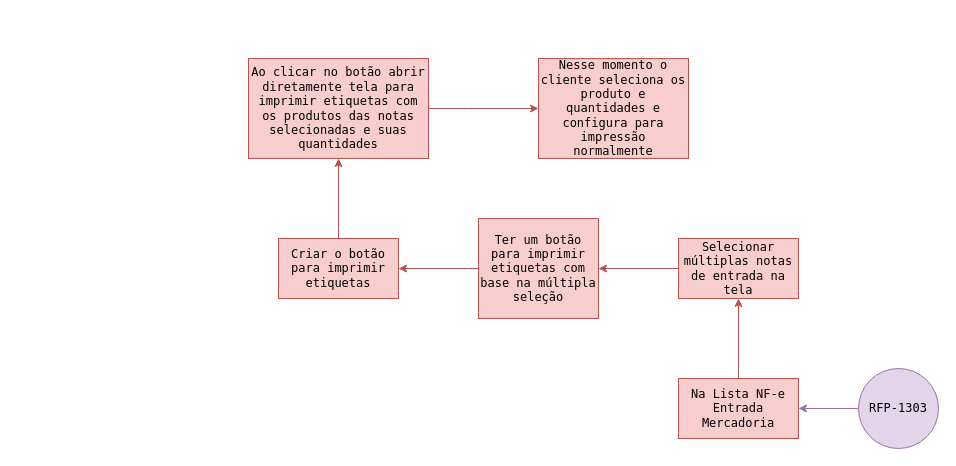
Above: work/rca/RFP-1303-MindMap.drawio in JoaoDiasDev/mind-maps (draw.io), before the change. Source tidied: cells renumbered, new cells numbered last; positions are measured from the earlier drawing's top-left corner, leaving out a move shared by most shapes. Both pictures are drawn from the tidied source at 100%, with x=0, y=0 at pixel (248, 58).
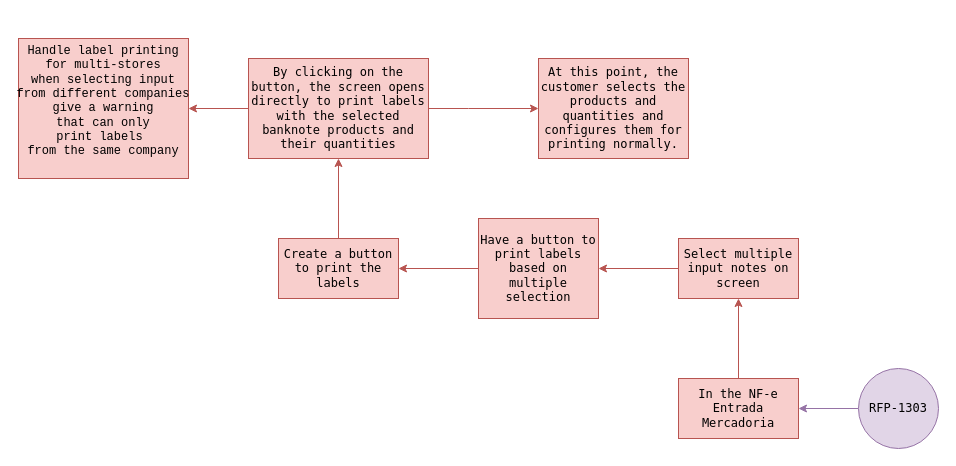
After the change.

Change to the diagram source:
```diff
@@
 <mxGraphModel>
   <root>
     <mxCell id="0" />
     <mxCell id="1" parent="0" />
     <mxCell id="2" style="edgeStyle=orthogonalEdgeStyle;rounded=0;jettySize=auto;html=1;fontSize=12;fontFamily=Lucida Console;fillColor=#e1d5e7;strokeColor=#9673a6;" parent="1" edge="1" source="3" target="5">
       <mxGeometry relative="1" as="geometry" />
     </mxCell>
     <mxCell id="3" value="RFP-1303" style="ellipse;whiteSpace=wrap;html=1;fontFamily=Lucida Console;fillColor=#e1d5e7;strokeColor=#9673a6;" parent="1" vertex="1">
       <mxGeometry x="610" y="310" width="80" height="80" as="geometry" />
     </mxCell>
     <mxCell id="4" style="edgeStyle=orthogonalEdgeStyle;rounded=0;jettySize=auto;html=1;fillColor=#f8cecc;strokeColor=#b85450;" parent="1" edge="1" source="5" target="7">
       <mxGeometry relative="1" as="geometry" />
     </mxCell>
-    <mxCell id="5" value="Na Lista NF-e Entrada Mercadoria" style="whiteSpace=wrap;html=1;fontFamily=Lucida Console;fillColor=#f8cecc;strokeColor=#b85450;" parent="1" vertex="1">
+    <mxCell id="5" value="In the NF-e Entrada Mercadoria" style="whiteSpace=wrap;html=1;fontFamily=Lucida Console;fillColor=#f8cecc;strokeColor=#b85450;" parent="1" vertex="1">
       <mxGeometry x="430" y="320" width="120" height="60" as="geometry" />
     </mxCell>
     <mxCell id="6" style="edgeStyle=orthogonalEdgeStyle;rounded=0;jettySize=auto;html=1;fillColor=#f8cecc;strokeColor=#b85450;" parent="1" edge="1" source="7" target="9">
       <mxGeometry relative="1" as="geometry" />
     </mxCell>
-    <mxCell id="7" value="Selecionar múltiplas notas de entrada na tela" style="whiteSpace=wrap;html=1;fontFamily=Lucida Console;fillColor=#f8cecc;strokeColor=#b85450;" parent="1" vertex="1">
+    <mxCell id="7" value="Select multiple input notes on screen" style="whiteSpace=wrap;html=1;fontFamily=Lucida Console;fillColor=#f8cecc;strokeColor=#b85450;" parent="1" vertex="1">
       <mxGeometry x="430" y="180" width="120" height="60" as="geometry" />
     </mxCell>
     <mxCell id="8" style="edgeStyle=orthogonalEdgeStyle;rounded=0;jettySize=auto;html=1;fillColor=#f8cecc;strokeColor=#b85450;" parent="1" edge="1" source="9" target="11">
       <mxGeometry relative="1" as="geometry" />
     </mxCell>
-    <mxCell id="9" value="Ter um botão para imprimir etiquetas com base na múltipla seleção" style="whiteSpace=wrap;html=1;fontFamily=Lucida Console;fillColor=#f8cecc;strokeColor=#b85450;" parent="1" vertex="1">
+    <mxCell id="9" value="Have a button to print labels based on multiple selection" style="whiteSpace=wrap;html=1;fontFamily=Lucida Console;fillColor=#f8cecc;strokeColor=#b85450;" parent="1" vertex="1">
       <mxGeometry x="230" y="160" width="120" height="100" as="geometry" />
     </mxCell>
     <mxCell id="10" style="edgeStyle=orthogonalEdgeStyle;rounded=0;jettySize=auto;html=1;fillColor=#f8cecc;strokeColor=#b85450;" parent="1" edge="1" source="11" target="13">
       <mxGeometry relative="1" as="geometry" />
     </mxCell>
-    <mxCell id="11" value="Criar o botão para imprimir etiquetas" style="whiteSpace=wrap;html=1;fillColor=#f8cecc;strokeColor=#b85450;fontFamily=Lucida Console;" parent="1" vertex="1">
+    <mxCell id="11" value="Create a button to print the labels" style="whiteSpace=wrap;html=1;fillColor=#f8cecc;strokeColor=#b85450;fontFamily=Lucida Console;" parent="1" vertex="1">
       <mxGeometry x="30" y="180" width="120" height="60" as="geometry" />
     </mxCell>
     <mxCell id="12" style="edgeStyle=orthogonalEdgeStyle;rounded=0;jettySize=auto;html=1;fillColor=#f8cecc;strokeColor=#b85450;" parent="1" edge="1" source="13" target="14">
       <mxGeometry relative="1" as="geometry">
         <Array as="points">
           <mxPoint x="220" y="50" />
           <mxPoint x="220" y="50" />
         </Array>
       </mxGeometry>
     </mxCell>
+    <mxCell id="15" style="edgeStyle=orthogonalEdgeStyle;rounded=0;jettySize=auto;html=1;fillColor=#f8cecc;strokeColor=#b85450;" parent="1" edge="1" source="13" target="16">
+      <mxGeometry relative="1" as="geometry" />
+    </mxCell>
-    <mxCell id="13" value="Ao clicar no botão abrir diretamente tela para imprimir etiquetas com os produtos das notas selecionadas e suas quantidades" style="whiteSpace=wrap;html=1;labelBackgroundColor=none;labelBorderColor=none;fontFamily=Lucida Console;fillColor=#f8cecc;strokeColor=#b85450;" parent="1" vertex="1">
+    <mxCell id="13" value="By clicking on the button, the screen opens directly to print labels with the selected banknote products and their quantities" style="whiteSpace=wrap;html=1;labelBackgroundColor=none;labelBorderColor=none;fontFamily=Lucida Console;fillColor=#f8cecc;strokeColor=#b85450;" parent="1" vertex="1">
       <mxGeometry width="180" height="100" as="geometry" />
     </mxCell>
-    <mxCell id="14" value="Nesse momento o cliente seleciona os produto e quantidades e configura para impressão normalmente" style="whiteSpace=wrap;html=1;fontFamily=Lucida Console;fillColor=#f8cecc;strokeColor=#b85450;labelBackgroundColor=none;labelBorderColor=none;" parent="1" vertex="1">
+    <mxCell id="14" value="At this point, the customer selects the products and quantities and configures them for printing normally." style="whiteSpace=wrap;html=1;fontFamily=Lucida Console;fillColor=#f8cecc;strokeColor=#b85450;labelBackgroundColor=none;labelBorderColor=none;" parent="1" vertex="1">
       <mxGeometry x="290" width="150" height="100" as="geometry" />
     </mxCell>
+    <mxCell id="16" value="&lt;div style=&quot;&quot;&gt;&lt;font style=&quot;font-size: 12px;&quot;&gt;&lt;br&gt;&lt;/font&gt;&lt;div align=&quot;center&quot;&gt;&lt;pre dir=&quot;ltr&quot; style=&quot;&quot; id=&quot;tw-target-text&quot; class=&quot;tw-data-text tw-text-large tw-ta&quot;&gt;&lt;font style=&quot;font-size: 12px;&quot;&gt;&lt;span lang=&quot;en&quot; class=&quot;Y2IQFc&quot;&gt;Handle label printing&lt;br&gt;for multi-stores&lt;br&gt;when selecting input&lt;br&gt;from different companies&lt;br&gt;give a warning&lt;br&gt;that can only&lt;br&gt;print labels &lt;br&gt;from the same company&lt;/span&gt;&lt;/font&gt;&lt;/pre&gt;&lt;font style=&quot;font-size: 12px;&quot;&gt;&lt;br&gt;&lt;/font&gt;&lt;/div&gt;&lt;font style=&quot;font-size: 12px;&quot;&gt;&lt;br&gt;&lt;/font&gt;&lt;/div&gt;" style="whiteSpace=wrap;html=1;fontFamily=Lucida Console;fillColor=#f8cecc;strokeColor=#b85450;labelBackgroundColor=none;labelBorderColor=none;align=center;" parent="1" vertex="1">
+      <mxGeometry x="-230" y="-20" width="170" height="140" as="geometry" />
+    </mxCell>
   </root>
 </mxGraphModel>
```
